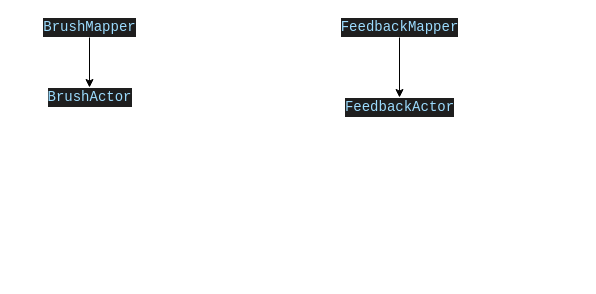
This is page "BrushPipeline3D" (3 of 3) of dataFlowChart/Untitled Diagram.drawio from bxdgit/drawio-example, a draw.io file, before an edit. Source tidied: cells renumbered, new cells numbered last; positions are measured from the earlier drawing's top-left corner, leaving out a move shared by most shapes. Both pictures are drawn from the tidied source at 100%, with x=0, y=0 at pixel (39, 17).
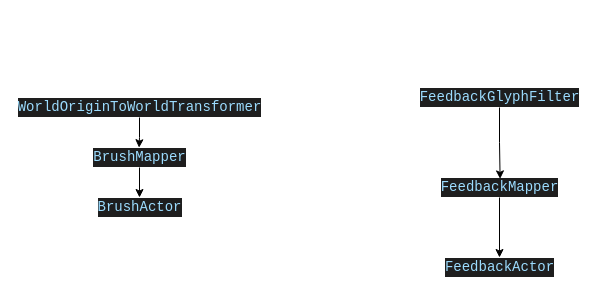
The same page after the edit.

What changed in the source:
```diff
@@
 <mxGraphModel>
   <root>
     <mxCell id="0" />
     <mxCell id="1" parent="0" />
     <mxCell id="2" style="edgeStyle=orthogonalEdgeStyle;rounded=0;jettySize=auto;html=1;" parent="1" edge="1" source="3" target="4">
       <mxGeometry relative="1" as="geometry" />
     </mxCell>
     <mxCell id="3" value="&lt;div style=&quot;color: rgb(212 , 212 , 212) ; background-color: rgb(30 , 30 , 30) ; font-family: &amp;#34;consolas&amp;#34; , &amp;#34;courier new&amp;#34; , monospace ; font-size: 14px ; line-height: 19px&quot;&gt;&lt;span style=&quot;color: #9cdcfe&quot;&gt;BrushMapper&lt;/span&gt;&lt;/div&gt;" style="text;html=1;align=center;verticalAlign=middle;points=[];strokeColor=none;fillColor=none;" parent="1" vertex="1">
-      <mxGeometry width="100" height="20" as="geometry" />
+      <mxGeometry x="50" y="130" width="100" height="20" as="geometry" />
     </mxCell>
     <mxCell id="4" value="&lt;div style=&quot;color: rgb(212 , 212 , 212) ; background-color: rgb(30 , 30 , 30) ; font-family: &amp;#34;consolas&amp;#34; , &amp;#34;courier new&amp;#34; , monospace ; font-size: 14px ; line-height: 19px&quot;&gt;&lt;span style=&quot;color: #9cdcfe&quot;&gt;BrushActor&lt;/span&gt;&lt;/div&gt;" style="text;html=1;align=center;verticalAlign=middle;points=[];strokeColor=none;fillColor=none;" parent="1" vertex="1">
-      <mxGeometry x="5" y="70" width="90" height="20" as="geometry" />
+      <mxGeometry x="55" y="180" width="90" height="20" as="geometry" />
     </mxCell>
     <mxCell id="5" style="edgeStyle=orthogonalEdgeStyle;rounded=0;jettySize=auto;html=1;" parent="1" edge="1" source="6" target="7">
       <mxGeometry relative="1" as="geometry" />
     </mxCell>
     <mxCell id="6" value="&lt;div style=&quot;color: rgb(212 , 212 , 212) ; background-color: rgb(30 , 30 , 30) ; font-family: &amp;#34;consolas&amp;#34; , &amp;#34;courier new&amp;#34; , monospace ; font-size: 14px ; line-height: 19px&quot;&gt;&lt;span style=&quot;color: #9cdcfe&quot;&gt;FeedbackMapper&lt;/span&gt;&lt;/div&gt;" style="text;html=1;align=center;verticalAlign=middle;points=[];strokeColor=none;fillColor=none;" parent="1" vertex="1">
-      <mxGeometry x="300" width="120" height="20" as="geometry" />
+      <mxGeometry x="400" y="160" width="120" height="20" as="geometry" />
     </mxCell>
     <mxCell id="7" value="&lt;div style=&quot;color: rgb(212 , 212 , 212) ; background-color: rgb(30 , 30 , 30) ; font-family: &amp;#34;consolas&amp;#34; , &amp;#34;courier new&amp;#34; , monospace ; font-size: 14px ; line-height: 19px&quot;&gt;&lt;span style=&quot;color: #9cdcfe&quot;&gt;FeedbackActor&lt;/span&gt;&lt;/div&gt;" style="text;html=1;align=center;verticalAlign=middle;points=[];strokeColor=none;fillColor=none;" parent="1" vertex="1">
-      <mxGeometry x="300" y="80" width="120" height="20" as="geometry" />
+      <mxGeometry x="400" y="240" width="120" height="20" as="geometry" />
     </mxCell>
+    <mxCell id="8" style="edgeStyle=orthogonalEdgeStyle;rounded=0;jettySize=auto;html=1;entryX=0.496;entryY=0.01;entryDx=0;entryDy=0;entryPerimeter=0;" parent="1" edge="1" source="9" target="3">
+      <mxGeometry relative="1" as="geometry" />
+    </mxCell>
+    <mxCell id="9" value="&lt;div style=&quot;color: rgb(212 , 212 , 212) ; background-color: rgb(30 , 30 , 30) ; font-family: &amp;#34;consolas&amp;#34; , &amp;#34;courier new&amp;#34; , monospace ; font-size: 14px ; line-height: 19px&quot;&gt;&lt;span style=&quot;color: #9cdcfe&quot;&gt;WorldOriginToWorldTransformer&lt;/span&gt;&lt;/div&gt;" style="text;html=1;align=center;verticalAlign=middle;points=[];strokeColor=none;fillColor=none;" parent="1" vertex="1">
+      <mxGeometry x="-20" y="80" width="240" height="20" as="geometry" />
+    </mxCell>
+    <mxCell id="10" style="edgeStyle=orthogonalEdgeStyle;rounded=0;jettySize=auto;html=1;entryX=0.505;entryY=0.07;entryDx=0;entryDy=0;entryPerimeter=0;" parent="1" edge="1" source="11" target="6">
+      <mxGeometry relative="1" as="geometry" />
+    </mxCell>
+    <mxCell id="11" value="&lt;div style=&quot;color: rgb(212 , 212 , 212) ; background-color: rgb(30 , 30 , 30) ; font-family: &amp;#34;consolas&amp;#34; , &amp;#34;courier new&amp;#34; , monospace ; font-size: 14px ; line-height: 19px&quot;&gt;&lt;span style=&quot;color: #9cdcfe&quot;&gt;FeedbackGlyphFilter&lt;/span&gt;&lt;/div&gt;" style="text;html=1;align=center;verticalAlign=middle;points=[];strokeColor=none;fillColor=none;" parent="1" vertex="1">
+      <mxGeometry x="380" y="70" width="160" height="20" as="geometry" />
+    </mxCell>
   </root>
 </mxGraphModel>
```
